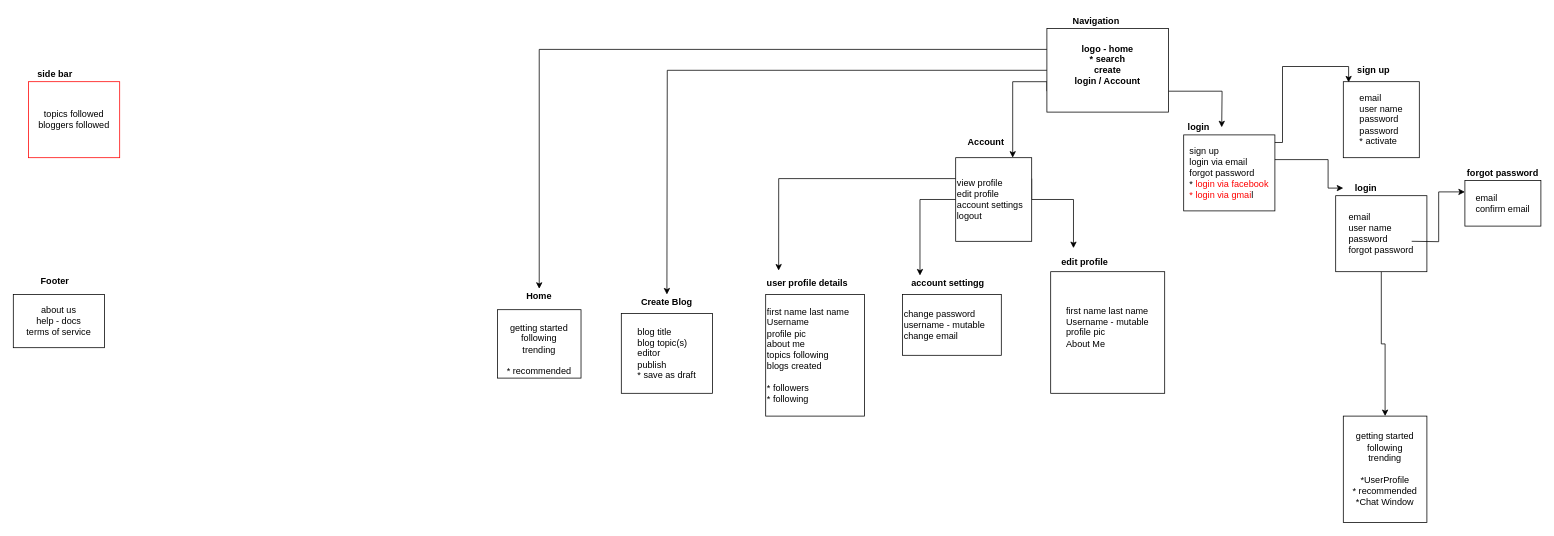
NikhilistRaj/blog-web-app keeps this draw.io diagram as doc/first_Diagram.drawio. Above is the earlier version. Source tidied: cells renumbered, new cells numbered last; positions are measured from the earlier drawing's top-left corner, leaving out a move shared by most shapes. Both pictures are drawn from the tidied source at 76%, with x=0, y=0 at pixel (13, 13).
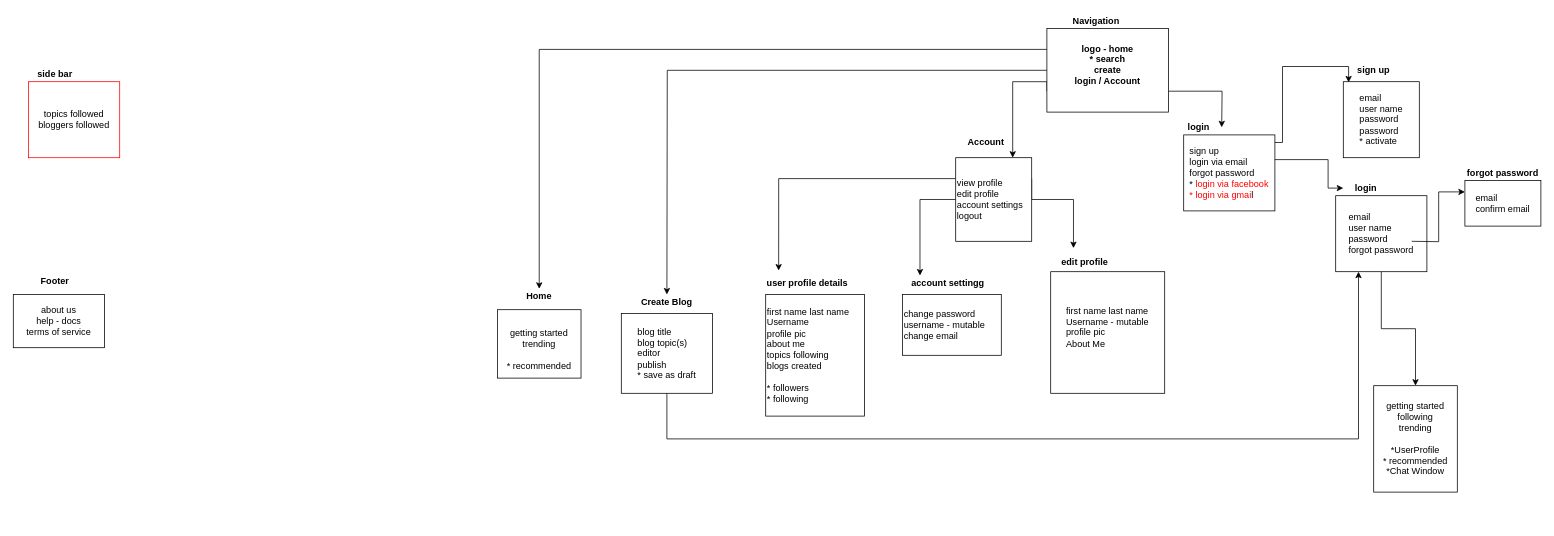
Above is the later version.

Unchanged cells that the change refers to:
```xml
<mxCell id="22" value="&lt;div align=&quot;left&quot;&gt;blog title&lt;/div&gt;&lt;div align=&quot;left&quot;&gt;blog topic(s)&lt;/div&gt;&lt;div align=&quot;left&quot;&gt;editor&lt;/div&gt;&lt;div align=&quot;left&quot;&gt;publish&lt;br&gt;&lt;/div&gt;&lt;div align=&quot;left&quot;&gt;* save as draft&lt;br&gt;&lt;/div&gt;" style="rounded=0;whiteSpace=wrap;html=1;align=center;" parent="1" vertex="1">
  <mxGeometry x="800" y="395" width="120" height="105" as="geometry" />
</mxCell>
<mxCell id="29" value="&lt;div align=&quot;left&quot;&gt;email&lt;/div&gt;&lt;div align=&quot;left&quot;&gt;user name&lt;/div&gt;&lt;div align=&quot;left&quot;&gt;password&lt;/div&gt;&lt;div align=&quot;left&quot;&gt;forgot password&lt;br&gt;&lt;/div&gt;" style="rounded=0;whiteSpace=wrap;html=1;" parent="1" vertex="1">
  <mxGeometry x="1740" y="240" width="120" height="100" as="geometry" />
</mxCell>
```

Diff of the diagram source:
```diff
@@
+    <mxCell id="40" style="edgeStyle=orthogonalEdgeStyle;rounded=0;jettySize=auto;html=1;exitX=0.5;exitY=1;exitDx=0;exitDy=0;entryX=0.25;entryY=1;entryDx=0;entryDy=0;" parent="1" edge="1" source="22" target="29">
+      <mxGeometry relative="1" as="geometry">
+        <Array as="points">
+          <mxPoint x="860" y="560" />
+          <mxPoint x="1770" y="560" />
+        </Array>
+      </mxGeometry>
+    </mxCell>
@@
-    <mxCell id="23" value="&lt;div&gt;&lt;br&gt;&lt;/div&gt;&lt;div&gt;getting started&lt;br&gt;&lt;/div&gt;&lt;div&gt;following&lt;/div&gt;&lt;div&gt;trending&lt;br&gt;&lt;/div&gt;&lt;div&gt;&lt;br&gt;&lt;/div&gt;&lt;div&gt;* recommended&lt;br&gt;&lt;/div&gt;" style="rounded=0;whiteSpace=wrap;html=1;align=center;" parent="1" vertex="1">
+    <mxCell id="23" value="&lt;div&gt;&lt;br&gt;&lt;/div&gt;&lt;div&gt;getting started&lt;/div&gt;&lt;div&gt;trending&lt;br&gt;&lt;/div&gt;&lt;div&gt;&lt;br&gt;&lt;/div&gt;&lt;div&gt;* recommended&lt;br&gt;&lt;/div&gt;" style="rounded=0;whiteSpace=wrap;html=1;align=center;" parent="1" vertex="1">
       <mxGeometry x="637" y="390" width="110" height="90" as="geometry" />
     </mxCell>
@@
     <mxCell id="39" value="&lt;div&gt;&lt;br&gt;&lt;/div&gt;&lt;div&gt;getting started&lt;br&gt;&lt;/div&gt;&lt;div&gt;following&lt;/div&gt;&lt;div&gt;trending&lt;br&gt;&lt;/div&gt;&lt;div&gt;&lt;br&gt;&lt;/div&gt;&lt;div&gt;*UserProfile&lt;/div&gt;&lt;div&gt;* recommended&lt;/div&gt;&lt;div&gt;*Chat Window&lt;/div&gt;&lt;div&gt;&lt;br&gt;&lt;/div&gt;" style="rounded=0;whiteSpace=wrap;html=1;align=center;" parent="1" vertex="1">
-      <mxGeometry x="1750" y="530" width="110" height="140" as="geometry" />
+      <mxGeometry x="1790" y="490" width="110" height="140" as="geometry" />
     </mxCell>
```
